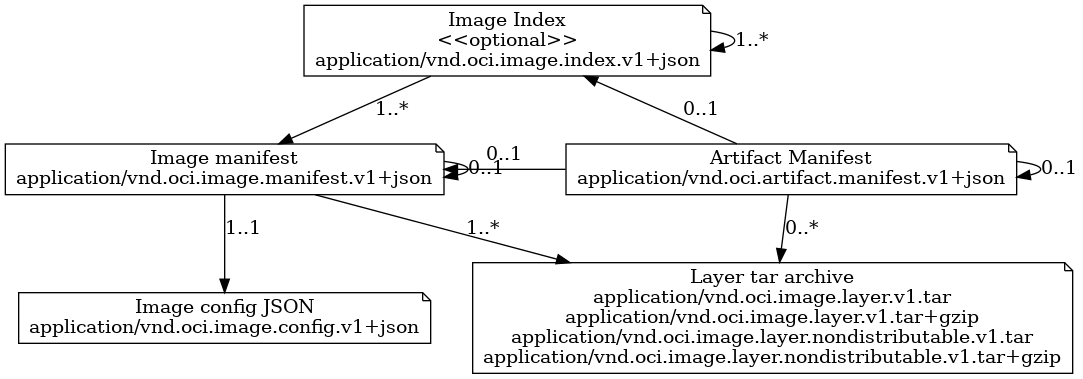
Above: img/media-types.png in opencontainers/image-spec (Graphviz), before the change. Its source is kept beside it as img/media-types.dot.
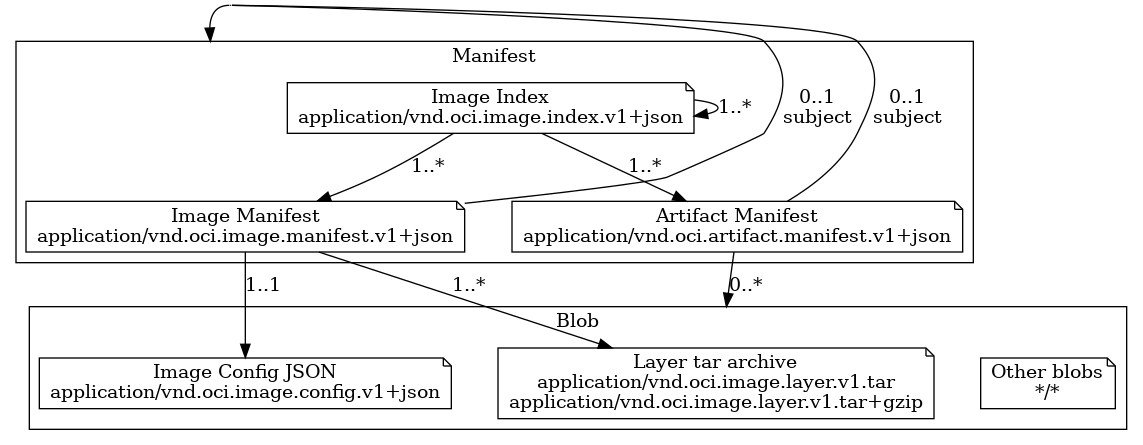
After the change.

Commit message:
Update image to group manifests and blobs

Change to the diagram source:
```diff
@@ -1,22 +1,31 @@
 digraph G {
-  {
-    imageIndex [shape=note, label="Image Index\n<<optional>>\napplication/vnd.oci.image.index.v1+json"]
-    {
-      rank=same
-      manifest [shape=note, label="Image manifest\napplication/vnd.oci.image.manifest.v1+json"]
-      artifact [shape=note, label="Artifact Manifest\napplication/vnd.oci.artifact.manifest.v1+json"]
-    }
-    config [shape=note, label="Image config JSON\napplication/vnd.oci.image.config.v1+json"]
-    layer [shape=note, label="Layer tar archive\napplication/vnd.oci.image.layer.v1.tar\napplication/vnd.oci.image.layer.v1.tar+gzip\napplication/vnd.oci.image.layer.nondistributable.v1.tar\napplication/vnd.oci.image.layer.nondistributable.v1.tar+gzip"]
+  compound=true
+  invisM[shape=point height=0] // invisible node needed for some links to parent
+  subgraph manifest {
+    label="Manifest"
+    cluster=true
+    { cluster=false; index -> {rank=same; image -> artifact[style=invis]} [style=invis] } // order nodes
+    invisSubM [style=invis shape=point height=0] // invisible node inside manifest
+    index [shape=note label="Image Index\napplication/vnd.oci.image.index.v1+json"]
+    image [shape=note label="Image Manifest\napplication/vnd.oci.image.manifest.v1+json"]
+    artifact [shape=note label="Artifact Manifest\napplication/vnd.oci.artifact.manifest.v1+json"]
+  }
+  subgraph blob {
+    label="Blob"
+    cluster=true
+    { cluster=false; rank=same; config -> layer -> other [style=invis] } // order nodes
+    config [shape=note label="Image Config JSON\napplication/vnd.oci.image.config.v1+json"]
+    layer [shape=note label="Layer tar archive\napplication/vnd.oci.image.layer.v1.tar\napplication/vnd.oci.image.layer.v1.tar+gzip"]
+    other [shape=note label="Other blobs\n*/*"]
   }
 
-  imageIndex -> imageIndex [label="1..*"]
-  imageIndex -> manifest [label="1..*"]
-  manifest -> config [label="1..1"]
-  manifest -> layer [label="1..*"]
-  artifact -> manifest [label="0..1"] [constraint = false];
-  artifact -> artifact [label="0..1"];
-  manifest -> manifest [label="0..1"];
-  artifact -> imageIndex [label="0..1"]
-  artifact -> layer[label="0..*"]
+  index -> index [label="1..*"];
+  index -> image [label="1..*"];
+  index -> artifact [label="1..*"];
+  image -> config [label="1..1"];
+  image -> layer [label="1..*"];
+  image -> invisM:e [dir=none label="0..1\nsubject" constraint = false];
+  artifact -> layer [lhead="blob" label="0..*"];
+  artifact -> invisM:e [dir=none label="0..1\nsubject" constraint = false];
+  invisM:w -> invisSubM [lhead=manifest];
 }
```
